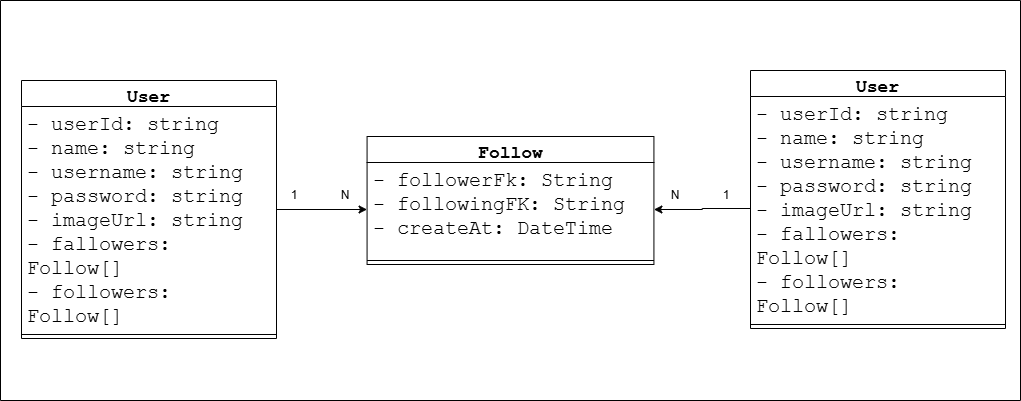
danilohsaraiva/backend-social-network-api keeps this draw.io diagram as src/docs/images/n-n-uml-classes.png. Above is the earlier version. Source tidied: cells renumbered, new cells last; positions are measured from the earlier drawing's top-left corner, leaving out a move shared by most shapes.
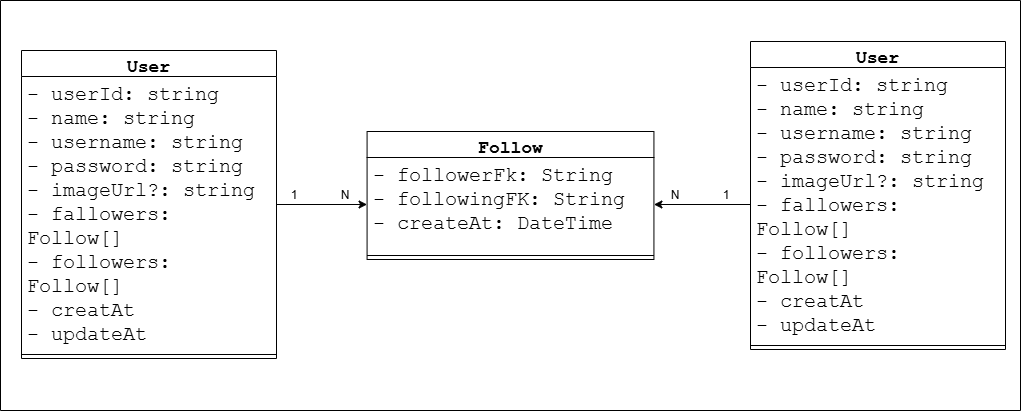
The same file after the commit.

Change to the diagram source:
```diff
@@ -3,22 +3,22 @@
     <mxCell id="0" />
     <mxCell id="1" parent="0" />
     <mxCell id="2" style="swimlane;startSize=0;" parent="1" vertex="1">
-      <mxGeometry width="1020" height="400" as="geometry" />
+      <mxGeometry width="1020" height="410" as="geometry" />
     </mxCell>
     <mxCell id="3" style="edgeStyle=orthogonalEdgeStyle;rounded=0;jettySize=auto;html=1;" parent="2" edge="1" source="4" target="8">
       <mxGeometry relative="1" as="geometry" />
     </mxCell>
     <mxCell id="4" value="&lt;font style=&quot;font-size: 18px;&quot; face=&quot;Courier New&quot;&gt;User&lt;/font&gt;" style="swimlane;fontStyle=1;align=center;verticalAlign=top;horizontal=1;startSize=26;whiteSpace=wrap;html=1;" parent="2" vertex="1">
-      <mxGeometry x="21" y="80" width="255" height="258" as="geometry" />
+      <mxGeometry x="21" y="50" width="255" height="308" as="geometry" />
     </mxCell>
-    <mxCell id="5" value="&lt;font style=&quot;font-size: 20px;&quot; face=&quot;Courier New&quot;&gt;- userId: string&lt;/font&gt;&lt;div&gt;&lt;font style=&quot;font-size: 20px;&quot; face=&quot;Courier New&quot;&gt;- name: string&lt;/font&gt;&lt;/div&gt;&lt;div&gt;&lt;font style=&quot;font-size: 20px;&quot; face=&quot;Courier New&quot;&gt;- username: string&lt;/font&gt;&lt;/div&gt;&lt;div&gt;&lt;font style=&quot;font-size: 20px;&quot; face=&quot;Courier New&quot;&gt;- password: string&lt;/font&gt;&lt;/div&gt;&lt;div&gt;&lt;font style=&quot;font-size: 20px;&quot; face=&quot;Courier New&quot;&gt;- imageUrl: string&lt;/font&gt;&lt;/div&gt;&lt;div&gt;&lt;font style=&quot;font-size: 20px;&quot; face=&quot;Courier New&quot;&gt;- fallowers: Follow[]&lt;/font&gt;&lt;/div&gt;&lt;div&gt;&lt;font style=&quot;font-size: 20px;&quot; face=&quot;Courier New&quot;&gt;- followers: Follow[]&lt;/font&gt;&lt;/div&gt;&lt;div&gt;&lt;font style=&quot;font-size: 20px;&quot; face=&quot;Courier New&quot;&gt;- creatAt&lt;br&gt;- updateAt&lt;/font&gt;&lt;/div&gt;" style="text;strokeColor=none;fillColor=none;align=left;verticalAlign=top;spacingLeft=4;spacingRight=4;overflow=hidden;whiteSpace=wrap;html=1;" parent="4" vertex="1">
-      <mxGeometry y="26" width="255" height="224" as="geometry" />
+    <mxCell id="5" value="&lt;font style=&quot;font-size: 20px;&quot; face=&quot;Courier New&quot;&gt;- userId: string&lt;/font&gt;&lt;div&gt;&lt;font style=&quot;font-size: 20px;&quot; face=&quot;Courier New&quot;&gt;- name: string&lt;/font&gt;&lt;/div&gt;&lt;div&gt;&lt;font style=&quot;font-size: 20px;&quot; face=&quot;Courier New&quot;&gt;- username: string&lt;/font&gt;&lt;/div&gt;&lt;div&gt;&lt;font style=&quot;font-size: 20px;&quot; face=&quot;Courier New&quot;&gt;- password: string&lt;/font&gt;&lt;/div&gt;&lt;div&gt;&lt;font style=&quot;font-size: 20px;&quot; face=&quot;Courier New&quot;&gt;- imageUrl?: string&lt;/font&gt;&lt;/div&gt;&lt;div&gt;&lt;font style=&quot;font-size: 20px;&quot; face=&quot;Courier New&quot;&gt;- fallowers: Follow[]&lt;/font&gt;&lt;/div&gt;&lt;div&gt;&lt;font style=&quot;font-size: 20px;&quot; face=&quot;Courier New&quot;&gt;- followers: Follow[]&lt;/font&gt;&lt;/div&gt;&lt;div&gt;&lt;font style=&quot;font-size: 20px;&quot; face=&quot;Courier New&quot;&gt;- creatAt&lt;br&gt;- updateAt&lt;/font&gt;&lt;/div&gt;" style="text;strokeColor=none;fillColor=none;align=left;verticalAlign=top;spacingLeft=4;spacingRight=4;overflow=hidden;whiteSpace=wrap;html=1;" parent="4" vertex="1">
+      <mxGeometry y="26" width="255" height="274" as="geometry" />
     </mxCell>
     <mxCell id="6" style="line;strokeWidth=1;fillColor=none;align=left;verticalAlign=middle;spacingTop=-1;spacingLeft=3;spacingRight=3;labelPosition=right;strokeColor=inherit;" parent="4" vertex="1">
-      <mxGeometry y="250" width="255" height="8" as="geometry" />
+      <mxGeometry y="300" width="255" height="8" as="geometry" />
     </mxCell>
     <mxCell id="7" value="&lt;font style=&quot;font-size: 18px;&quot; face=&quot;Courier New&quot;&gt;Follow&lt;/font&gt;" style="swimlane;fontStyle=1;align=center;verticalAlign=top;horizontal=1;startSize=26;whiteSpace=wrap;html=1;" parent="2" vertex="1">
-      <mxGeometry x="366.6" y="136" width="286.9" height="128" as="geometry" />
+      <mxGeometry x="366.6" y="131" width="286.9" height="128" as="geometry" />
     </mxCell>
     <mxCell id="8" value="&lt;font face=&quot;Courier New&quot;&gt;&lt;span style=&quot;font-size: 20px;&quot;&gt;- followerFk: String&lt;/span&gt;&lt;/font&gt;&lt;div&gt;&lt;font face=&quot;Courier New&quot;&gt;&lt;span style=&quot;font-size: 20px;&quot;&gt;- followingFK: String&lt;/span&gt;&lt;/font&gt;&lt;/div&gt;&lt;div&gt;&lt;font face=&quot;Courier New&quot;&gt;&lt;span style=&quot;font-size: 20px;&quot;&gt;- createAt: DateTime&lt;/span&gt;&lt;/font&gt;&lt;/div&gt;&lt;div&gt;&lt;font face=&quot;Courier New&quot;&gt;&lt;span style=&quot;font-size: 20px;&quot;&gt;&lt;br&gt;&lt;/span&gt;&lt;/font&gt;&lt;/div&gt;" style="text;strokeColor=none;fillColor=none;align=left;verticalAlign=top;spacingLeft=4;spacingRight=4;overflow=hidden;points=[[0,0.5],[1,0.5]];portConstraint=eastwest;whiteSpace=wrap;html=1;" parent="7" vertex="1">
       <mxGeometry y="26" width="286.9" height="94" as="geometry" />
@@ -27,13 +27,13 @@
       <mxGeometry y="120" width="286.9" height="8" as="geometry" />
     </mxCell>
     <mxCell id="10" value="&lt;font style=&quot;font-size: 18px;&quot; face=&quot;Courier New&quot;&gt;User&lt;/font&gt;" style="swimlane;fontStyle=1;align=center;verticalAlign=top;horizontal=1;startSize=26;whiteSpace=wrap;html=1;" parent="2" vertex="1">
-      <mxGeometry x="750" y="70" width="255" height="258" as="geometry" />
+      <mxGeometry x="750" y="41" width="255" height="308" as="geometry" />
     </mxCell>
-    <mxCell id="11" value="&lt;font style=&quot;font-size: 20px;&quot; face=&quot;Courier New&quot;&gt;- userId: string&lt;/font&gt;&lt;div&gt;&lt;font style=&quot;font-size: 20px;&quot; face=&quot;Courier New&quot;&gt;- name: string&lt;/font&gt;&lt;/div&gt;&lt;div&gt;&lt;font style=&quot;font-size: 20px;&quot; face=&quot;Courier New&quot;&gt;- username: string&lt;/font&gt;&lt;/div&gt;&lt;div&gt;&lt;font style=&quot;font-size: 20px;&quot; face=&quot;Courier New&quot;&gt;- password: string&lt;/font&gt;&lt;/div&gt;&lt;div&gt;&lt;font style=&quot;font-size: 20px;&quot; face=&quot;Courier New&quot;&gt;- imageUrl: string&lt;/font&gt;&lt;/div&gt;&lt;div&gt;&lt;font style=&quot;font-size: 20px;&quot; face=&quot;Courier New&quot;&gt;- fallowers: Follow[]&lt;/font&gt;&lt;/div&gt;&lt;div&gt;&lt;font style=&quot;font-size: 20px;&quot; face=&quot;Courier New&quot;&gt;- followers: Follow[]&lt;/font&gt;&lt;/div&gt;&lt;div&gt;&lt;font style=&quot;font-size: 20px;&quot; face=&quot;Courier New&quot;&gt;- creatAt&lt;br&gt;- updateAt&lt;/font&gt;&lt;/div&gt;" style="text;strokeColor=none;fillColor=none;align=left;verticalAlign=top;spacingLeft=4;spacingRight=4;overflow=hidden;points=[[0,0.5],[1,0.5]];portConstraint=eastwest;whiteSpace=wrap;html=1;" parent="10" vertex="1">
-      <mxGeometry y="26" width="255" height="224" as="geometry" />
+    <mxCell id="11" value="&lt;font style=&quot;font-size: 20px;&quot; face=&quot;Courier New&quot;&gt;- userId: string&lt;/font&gt;&lt;div&gt;&lt;font style=&quot;font-size: 20px;&quot; face=&quot;Courier New&quot;&gt;- name: string&lt;/font&gt;&lt;/div&gt;&lt;div&gt;&lt;font style=&quot;font-size: 20px;&quot; face=&quot;Courier New&quot;&gt;- username: string&lt;/font&gt;&lt;/div&gt;&lt;div&gt;&lt;font style=&quot;font-size: 20px;&quot; face=&quot;Courier New&quot;&gt;- password: string&lt;/font&gt;&lt;/div&gt;&lt;div&gt;&lt;font style=&quot;font-size: 20px;&quot; face=&quot;Courier New&quot;&gt;- imageUrl?: string&lt;/font&gt;&lt;/div&gt;&lt;div&gt;&lt;font style=&quot;font-size: 20px;&quot; face=&quot;Courier New&quot;&gt;- fallowers: Follow[]&lt;/font&gt;&lt;/div&gt;&lt;div&gt;&lt;font style=&quot;font-size: 20px;&quot; face=&quot;Courier New&quot;&gt;- followers: Follow[]&lt;/font&gt;&lt;/div&gt;&lt;div&gt;&lt;font style=&quot;font-size: 20px;&quot; face=&quot;Courier New&quot;&gt;- creatAt&lt;br&gt;- updateAt&lt;/font&gt;&lt;/div&gt;" style="text;strokeColor=none;fillColor=none;align=left;verticalAlign=top;spacingLeft=4;spacingRight=4;overflow=hidden;points=[[0,0.5],[1,0.5]];portConstraint=eastwest;whiteSpace=wrap;html=1;" parent="10" vertex="1">
+      <mxGeometry y="26" width="255" height="274" as="geometry" />
     </mxCell>
     <mxCell id="12" style="line;strokeWidth=1;fillColor=none;align=left;verticalAlign=middle;spacingTop=-1;spacingLeft=3;spacingRight=3;labelPosition=right;strokeColor=inherit;" parent="10" vertex="1">
-      <mxGeometry y="250" width="255" height="8" as="geometry" />
+      <mxGeometry y="300" width="255" height="8" as="geometry" />
     </mxCell>
     <mxCell id="13" style="edgeStyle=orthogonalEdgeStyle;rounded=0;jettySize=auto;html=1;entryX=1;entryY=0.5;entryDx=0;entryDy=0;" parent="2" edge="1" source="11" target="8">
       <mxGeometry relative="1" as="geometry" />
```
